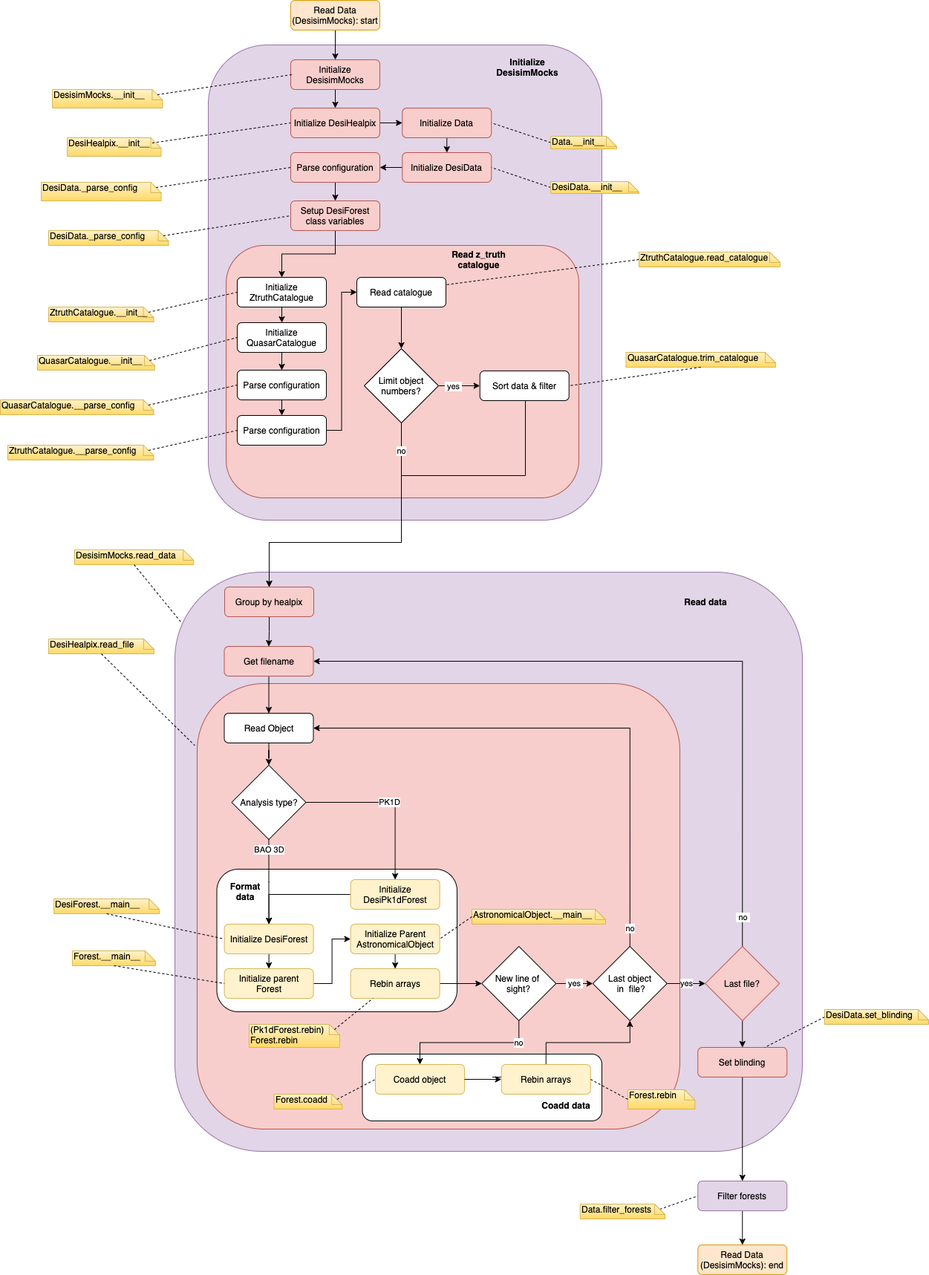
This is py/picca/delta_extraction/docs/workflow/workflow-Read Data (DesisimMocks).png from igmhub/picca, a draw.io export, as it was before one commit. Source tidied: cells renumbered, new cells last; positions are measured from the earlier drawing's top-left corner, leaving out a move shared by most shapes.
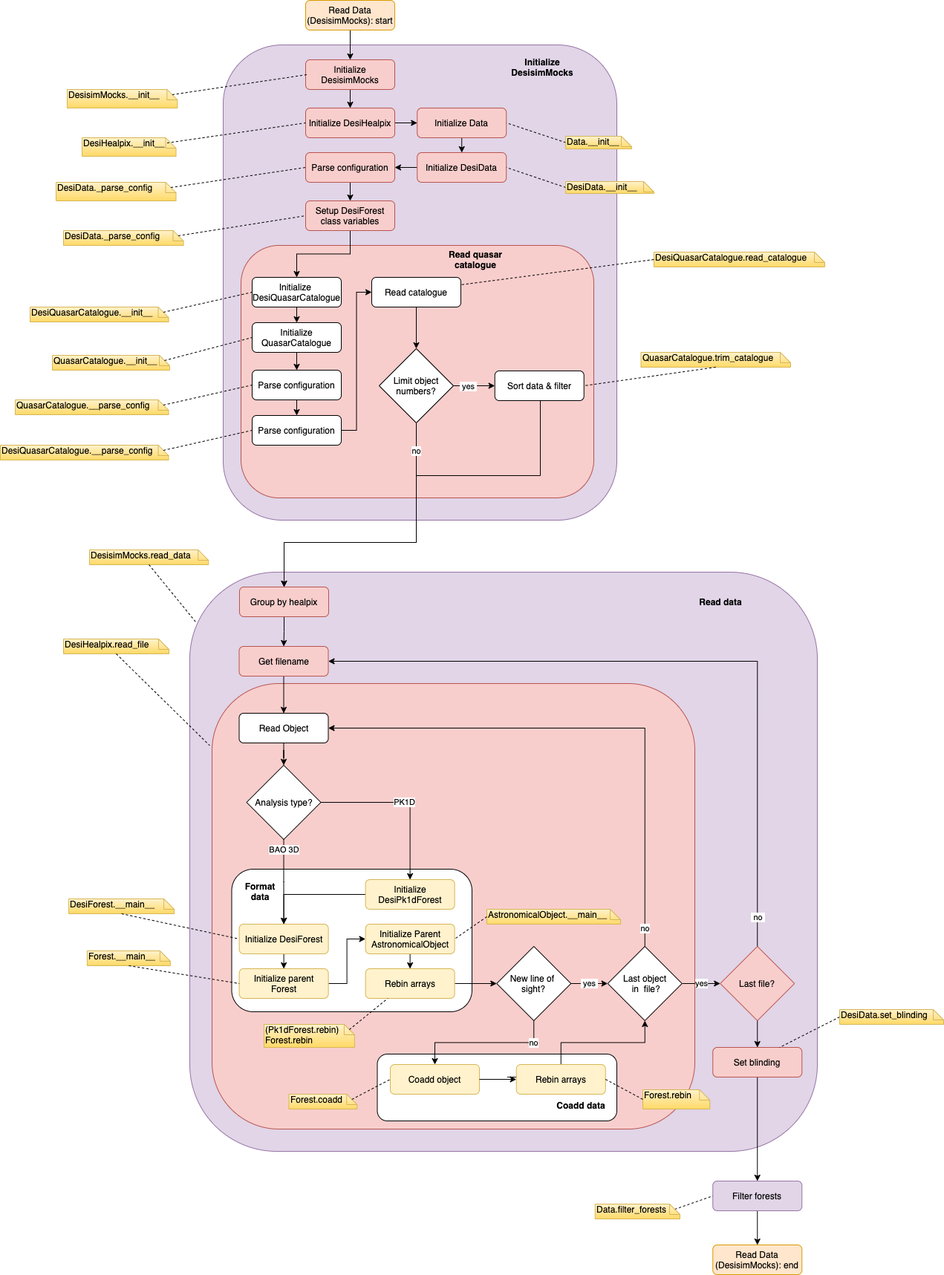
After the change.

Commit message:
ZtruthCatalogue renamed to DesiQuasarCatalogue

What changed in the source:
```diff
@@ -44,10 +44,10 @@
     <mxCell id="15" style="endArrow=none;dashed=1;endFill=0;endSize=12;html=1;exitX=0;exitY=0;exitDx=154.5;exitDy=7;exitPerimeter=0;entryX=0;entryY=0.5;entryDx=0;entryDy=0;" parent="1" edge="1" source="13" target="11">
       <mxGeometry relative="1" as="geometry" />
     </mxCell>
-    <mxCell id="16" value="ZtruthCatalogue.__init__" style="shape=note;whiteSpace=wrap;html=1;size=14;verticalAlign=top;align=left;spacingTop=-6;rounded=0;shadow=0;glass=0;comic=0;strokeColor=#d6b656;fillColor=#fff2cc;gradientColor=#ffd966;" parent="1" vertex="1">
-      <mxGeometry x="65" y="413" width="141.5" height="20" as="geometry" />
+    <mxCell id="16" value="DesiQuasarCatalogue.__init__" style="shape=note;whiteSpace=wrap;html=1;size=14;verticalAlign=top;align=left;spacingTop=-6;rounded=0;shadow=0;glass=0;comic=0;strokeColor=#d6b656;fillColor=#fff2cc;gradientColor=#ffd966;" parent="1" vertex="1">
+      <mxGeometry x="20" y="413" width="186.5" height="20" as="geometry" />
     </mxCell>
-    <mxCell id="17" style="endArrow=none;dashed=1;endFill=0;endSize=12;html=1;exitX=0;exitY=0;exitDx=134.5;exitDy=7;exitPerimeter=0;entryX=0;entryY=0.5;entryDx=0;entryDy=0;" parent="1" edge="1" source="16" target="20">
+    <mxCell id="17" style="endArrow=none;dashed=1;endFill=0;endSize=12;html=1;entryX=0;entryY=0.5;entryDx=0;entryDy=0;exitX=0;exitY=0;exitDx=179.5;exitDy=7;exitPerimeter=0;" parent="1" edge="1" source="16" target="20">
       <mxGeometry relative="1" as="geometry" />
     </mxCell>
     <mxCell id="18" style="edgeStyle=orthogonalEdgeStyle;rounded=0;jettySize=auto;html=1;exitX=0.5;exitY=1;exitDx=0;exitDy=0;entryX=0.5;entryY=0;entryDx=0;entryDy=0;startArrow=none;startFill=0;endArrow=classic;endFill=1;" parent="1" edge="1" source="89" target="23">
@@ -56,7 +56,7 @@
     <mxCell id="19" style="edgeStyle=orthogonalEdgeStyle;rounded=0;jettySize=auto;html=1;exitX=0.5;exitY=1;exitDx=0;exitDy=0;entryX=0.5;entryY=0;entryDx=0;entryDy=0;endArrow=classic;endFill=1;" parent="1" edge="1" source="20" target="89">
       <mxGeometry relative="1" as="geometry" />
     </mxCell>
-    <mxCell id="20" value="Initialize ZtruthCatalogue" style="rounded=1;whiteSpace=wrap;html=1;" parent="1" vertex="1">
+    <mxCell id="20" value="Initialize&amp;nbsp;&lt;br&gt;&lt;span style=&quot;text-align: left&quot;&gt;DesiQuasarCatalogue&lt;/span&gt;" style="rounded=1;whiteSpace=wrap;html=1;" parent="1" vertex="1">
       <mxGeometry x="319" y="373" width="120" height="40" as="geometry" />
     </mxCell>
     <mxCell id="21" style="edgeStyle=orthogonalEdgeStyle;rounded=0;jettySize=auto;html=1;exitX=1;exitY=0.5;exitDx=0;exitDy=0;entryX=0;entryY=0.5;entryDx=0;entryDy=0;startArrow=none;startFill=0;endArrow=classic;endFill=1;" parent="1" edge="1" source="90" target="25">
@@ -105,17 +105,14 @@
     <mxCell id="31" value="Sort data &amp;amp; filter" style="rounded=1;whiteSpace=wrap;html=1;" parent="1" vertex="1">
       <mxGeometry x="645.8" y="499" width="120" height="40" as="geometry" />
     </mxCell>
-    <mxCell id="32" value="&lt;b&gt;Read z_truth catalogue&lt;/b&gt;" style="text;html=1;align=center;verticalAlign=middle;whiteSpace=wrap;rounded=0;" parent="1" vertex="1">
-      <mxGeometry x="602.5" y="339" width="82.5" height="20" as="geometry" />
-    </mxCell>
     <mxCell id="33" value="QuasarCatalogue.__parse_config" style="shape=note;whiteSpace=wrap;html=1;size=14;verticalAlign=top;align=left;spacingTop=-6;rounded=0;shadow=0;glass=0;comic=0;strokeColor=#d6b656;fillColor=#fff2cc;gradientColor=#ffd966;" parent="1" vertex="1">
       <mxGeometry y="538" width="206.5" height="20" as="geometry" />
     </mxCell>
     <mxCell id="34" style="endArrow=none;dashed=1;endFill=0;endSize=12;html=1;entryX=0;entryY=0.5;entryDx=0;entryDy=0;exitX=0;exitY=0;exitDx=199.5;exitDy=7;exitPerimeter=0;" parent="1" edge="1" source="33" target="23">
       <mxGeometry relative="1" as="geometry" />
     </mxCell>
-    <mxCell id="35" value="ZtruthCatalogue.read_catalogue" style="shape=note;whiteSpace=wrap;html=1;size=14;verticalAlign=top;align=left;spacingTop=-6;rounded=0;shadow=0;glass=0;comic=0;strokeColor=#d6b656;fillColor=#fff2cc;gradientColor=#ffd966;" parent="1" vertex="1">
-      <mxGeometry x="860" y="339" width="190" height="20" as="geometry" />
+    <mxCell id="35" value="DesiQuasarCatalogue.read_catalogue" style="shape=note;whiteSpace=wrap;html=1;size=14;verticalAlign=top;align=left;spacingTop=-6;rounded=0;shadow=0;glass=0;comic=0;strokeColor=#d6b656;fillColor=#fff2cc;gradientColor=#ffd966;" parent="1" vertex="1">
+      <mxGeometry x="860" y="339" width="230" height="20" as="geometry" />
     </mxCell>
     <mxCell id="36" style="endArrow=none;dashed=1;endFill=0;endSize=12;html=1;exitX=0;exitY=0.5;exitDx=0;exitDy=0;exitPerimeter=0;entryX=1;entryY=0.25;entryDx=0;entryDy=0;" parent="1" edge="1" source="35" target="25">
       <mxGeometry relative="1" as="geometry" />
@@ -291,10 +288,10 @@
     <mxCell id="90" value="Parse configuration" style="rounded=1;whiteSpace=wrap;html=1;" parent="1" vertex="1">
       <mxGeometry x="319" y="559" width="120" height="40" as="geometry" />
     </mxCell>
-    <mxCell id="91" value="ZtruthCatalogue.__parse_config" style="shape=note;whiteSpace=wrap;html=1;size=14;verticalAlign=top;align=left;spacingTop=-6;rounded=0;shadow=0;glass=0;comic=0;strokeColor=#d6b656;fillColor=#fff2cc;gradientColor=#ffd966;" parent="1" vertex="1">
-      <mxGeometry x="10" y="599" width="196.5" height="20" as="geometry" />
+    <mxCell id="91" value="DesiQuasarCatalogue.__parse_config" style="shape=note;whiteSpace=wrap;html=1;size=14;verticalAlign=top;align=left;spacingTop=-6;rounded=0;shadow=0;glass=0;comic=0;strokeColor=#d6b656;fillColor=#fff2cc;gradientColor=#ffd966;" parent="1" vertex="1">
+      <mxGeometry x="-20" y="599" width="226.5" height="20" as="geometry" />
     </mxCell>
-    <mxCell id="92" style="endArrow=none;dashed=1;endFill=0;endSize=12;html=1;entryX=0;entryY=0.5;entryDx=0;entryDy=0;exitX=0;exitY=0;exitDx=189.5;exitDy=7;exitPerimeter=0;" parent="1" edge="1" source="91" target="90">
+    <mxCell id="92" style="endArrow=none;dashed=1;endFill=0;endSize=12;html=1;entryX=0;entryY=0.5;entryDx=0;entryDy=0;exitX=0;exitY=0;exitDx=219.5;exitDy=7;exitPerimeter=0;" parent="1" edge="1" source="91" target="90">
       <mxGeometry relative="1" as="geometry" />
     </mxCell>
     <mxCell id="93" value="QuasarCatalogue.__init__" style="shape=note;whiteSpace=wrap;html=1;size=14;verticalAlign=top;align=left;spacingTop=-6;rounded=0;shadow=0;glass=0;comic=0;strokeColor=#d6b656;fillColor=#fff2cc;gradientColor=#ffd966;" parent="1" vertex="1">
@@ -401,5 +398,8 @@
         <mxPoint x="392.9" y="100" as="targetPoint" />
       </mxGeometry>
     </mxCell>
+    <mxCell id="127" value="&lt;b&gt;Read quasar catalogue&lt;/b&gt;" style="text;html=1;align=center;verticalAlign=middle;whiteSpace=wrap;rounded=0;" parent="1" vertex="1">
+      <mxGeometry x="570" y="339" width="100" height="20" as="geometry" />
+    </mxCell>
   </root>
 </mxGraphModel>
```
